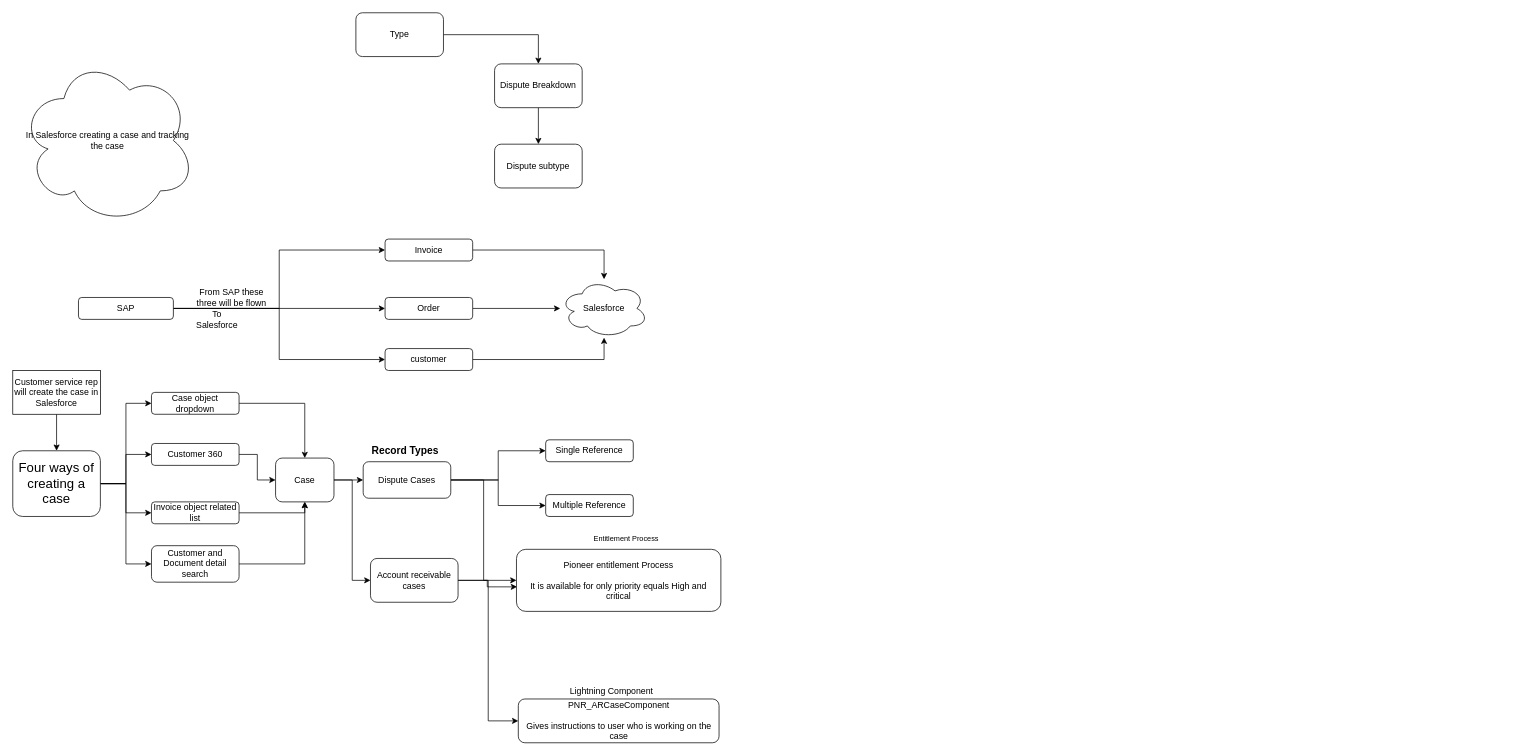
The draw.io diagram Untitled Diagram.drawio in sagaramm/ui_notes, before the edit. Source tidied: cells renumbered, new cells numbered last; positions are measured from the earlier drawing's top-left corner, leaving out a move shared by most shapes. Both pictures are drawn from the tidied source at 73%, with x=0, y=0 at pixel (12, 12).
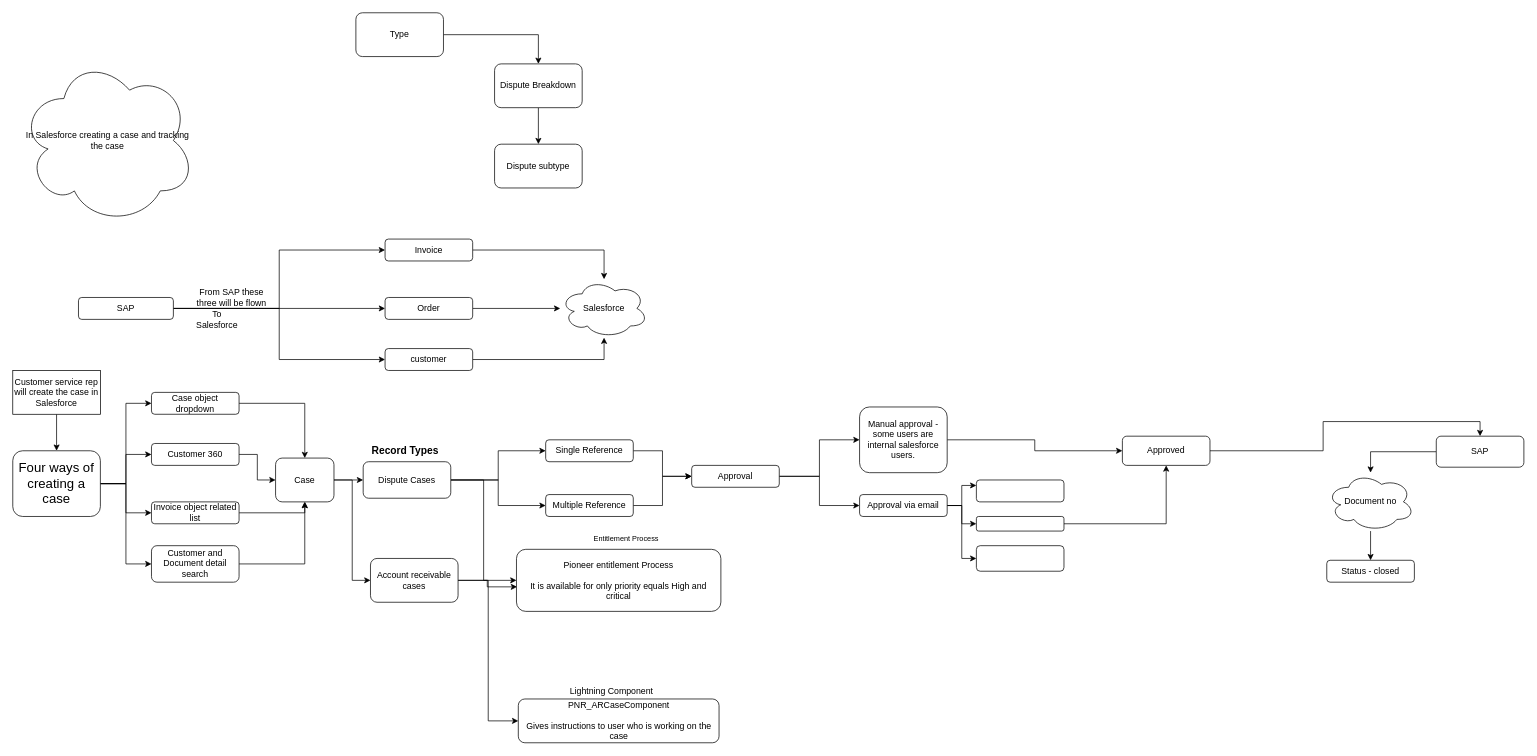
The same diagram, later.

Unchanged cells that the change refers to:
```xml
<mxCell id="16" value="Single Reference" style="rounded=1;whiteSpace=wrap;html=1;fontSize=12;" parent="1" vertex="1">
  <mxGeometry x="730" y="585" width="120" height="30" as="geometry" />
</mxCell>
<mxCell id="17" value="Multiple Reference" style="rounded=1;whiteSpace=wrap;html=1;fontSize=12;" parent="1" vertex="1">
  <mxGeometry x="730" y="660" width="120" height="30" as="geometry" />
</mxCell>
```

Change to the diagram source:
```diff
@@
+    <mxCell id="53" style="edgeStyle=orthogonalEdgeStyle;rounded=0;jettySize=auto;html=1;entryX=0;entryY=0.5;entryDx=0;entryDy=0;" parent="1" edge="1" source="16" target="57">
+      <mxGeometry relative="1" as="geometry" />
+    </mxCell>
@@
+    <mxCell id="54" style="edgeStyle=orthogonalEdgeStyle;rounded=0;jettySize=auto;html=1;entryX=0;entryY=0.5;entryDx=0;entryDy=0;" parent="1" edge="1" source="17" target="57">
+      <mxGeometry relative="1" as="geometry" />
+    </mxCell>
@@
+    <mxCell id="55" style="edgeStyle=orthogonalEdgeStyle;rounded=0;jettySize=auto;html=1;entryX=0;entryY=0.5;entryDx=0;entryDy=0;" parent="1" edge="1" source="57" target="59">
+      <mxGeometry relative="1" as="geometry" />
+    </mxCell>
+    <mxCell id="56" style="edgeStyle=orthogonalEdgeStyle;rounded=0;jettySize=auto;html=1;entryX=0;entryY=0.5;entryDx=0;entryDy=0;" parent="1" edge="1" source="57" target="63">
+      <mxGeometry relative="1" as="geometry" />
+    </mxCell>
+    <mxCell id="57" value="Approval" style="rounded=1;whiteSpace=wrap;html=1;" parent="1" vertex="1">
+      <mxGeometry x="930" y="620" width="120" height="30" as="geometry" />
+    </mxCell>
+    <mxCell id="58" style="edgeStyle=orthogonalEdgeStyle;rounded=0;jettySize=auto;html=1;entryX=0;entryY=0.5;entryDx=0;entryDy=0;" parent="1" edge="1" source="59" target="70">
+      <mxGeometry relative="1" as="geometry" />
+    </mxCell>
+    <mxCell id="59" value="Manual approval - some users are internal salesforce users." style="rounded=1;whiteSpace=wrap;html=1;" parent="1" vertex="1">
+      <mxGeometry x="1160" y="540" width="120" height="90" as="geometry" />
+    </mxCell>
+    <mxCell id="60" style="edgeStyle=orthogonalEdgeStyle;rounded=0;jettySize=auto;html=1;entryX=0;entryY=0.25;entryDx=0;entryDy=0;" parent="1" edge="1" source="63" target="64">
+      <mxGeometry relative="1" as="geometry" />
+    </mxCell>
+    <mxCell id="61" style="edgeStyle=orthogonalEdgeStyle;rounded=0;jettySize=auto;html=1;entryX=0;entryY=0.5;entryDx=0;entryDy=0;" parent="1" edge="1" source="63" target="66">
+      <mxGeometry relative="1" as="geometry" />
+    </mxCell>
+    <mxCell id="62" style="edgeStyle=orthogonalEdgeStyle;rounded=0;jettySize=auto;html=1;entryX=0;entryY=0.5;entryDx=0;entryDy=0;" parent="1" edge="1" source="63" target="68">
+      <mxGeometry relative="1" as="geometry" />
+    </mxCell>
+    <mxCell id="63" value="Approval via email" style="rounded=1;whiteSpace=wrap;html=1;" parent="1" vertex="1">
+      <mxGeometry x="1160" y="660" width="120" height="30" as="geometry" />
+    </mxCell>
+    <mxCell id="64" style="rounded=1;whiteSpace=wrap;html=1;" parent="1" vertex="1">
+      <mxGeometry x="1320" y="640" width="120" height="30" as="geometry" />
+    </mxCell>
+    <mxCell id="65" style="edgeStyle=orthogonalEdgeStyle;rounded=0;jettySize=auto;html=1;entryX=0.5;entryY=1;entryDx=0;entryDy=0;" parent="1" edge="1" source="66" target="70">
+      <mxGeometry relative="1" as="geometry" />
+    </mxCell>
+    <mxCell id="66" style="rounded=1;whiteSpace=wrap;html=1;" parent="1" vertex="1">
+      <mxGeometry x="1320" y="690" width="120" height="20" as="geometry" />
+    </mxCell>
+    <mxCell id="67" style="edgeStyle=orthogonalEdgeStyle;rounded=0;orthogonalLoop=1;jettySize=auto;html=1;exitX=0.5;exitY=1;exitDx=0;exitDy=0;" parent="1" edge="1" source="66" target="66">
+      <mxGeometry relative="1" as="geometry" />
+    </mxCell>
+    <mxCell id="68" style="rounded=1;whiteSpace=wrap;html=1;" parent="1" vertex="1">
+      <mxGeometry x="1320" y="730" width="120" height="35" as="geometry" />
+    </mxCell>
+    <mxCell id="69" style="edgeStyle=orthogonalEdgeStyle;rounded=0;jettySize=auto;html=1;entryX=0.5;entryY=0;entryDx=0;entryDy=0;" parent="1" edge="1" source="70" target="72">
+      <mxGeometry relative="1" as="geometry" />
+    </mxCell>
+    <mxCell id="70" value="Approved" style="rounded=1;whiteSpace=wrap;html=1;" parent="1" vertex="1">
+      <mxGeometry x="1520" y="580" width="120" height="40" as="geometry" />
+    </mxCell>
+    <mxCell id="71" style="edgeStyle=orthogonalEdgeStyle;rounded=0;jettySize=auto;html=1;" parent="1" edge="1" source="72" target="74">
+      <mxGeometry relative="1" as="geometry" />
+    </mxCell>
+    <mxCell id="72" value="SAP" style="rounded=1;whiteSpace=wrap;html=1;" parent="1" vertex="1">
+      <mxGeometry x="1950" y="580" width="120" height="42.5" as="geometry" />
+    </mxCell>
+    <mxCell id="73" style="edgeStyle=orthogonalEdgeStyle;rounded=0;jettySize=auto;html=1;entryX=0.5;entryY=0;entryDx=0;entryDy=0;" parent="1" edge="1" source="74" target="75">
+      <mxGeometry relative="1" as="geometry" />
+    </mxCell>
+    <mxCell id="74" value="Document no" style="ellipse;shape=cloud;whiteSpace=wrap;html=1;" parent="1" vertex="1">
+      <mxGeometry x="1800" y="630" width="120" height="80" as="geometry" />
+    </mxCell>
+    <mxCell id="75" value="Status - closed" style="rounded=1;whiteSpace=wrap;html=1;" parent="1" vertex="1">
+      <mxGeometry x="1800" y="750" width="120" height="30" as="geometry" />
+    </mxCell>
```
